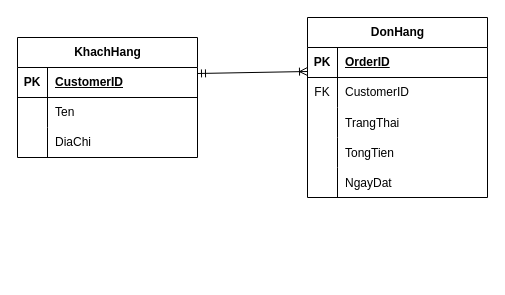
Earlier version of the draw.io diagram Session09/Bai03.drawio (letoan0902/PTIT_CNTT1_IT104_LePhuToan_PhanTichVaThietKeHeThong). Source tidied: cells renumbered, new cells numbered last; positions are measured from the earlier drawing's top-left corner, leaving out a move shared by most shapes. Both pictures are drawn from the tidied source at 100%, with x=0, y=0 at pixel (17, 17).
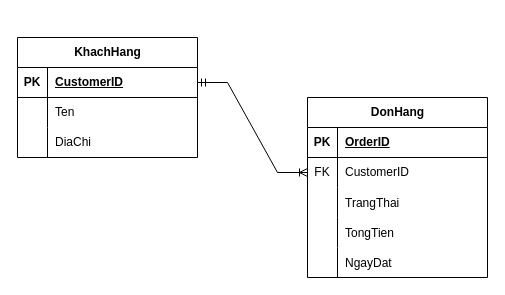
Above is the later version.

The change refers to these unchanged cells:
```xml
<mxCell id="2" value="KhachHang" style="shape=table;startSize=30;childLayout=tableLayout;rowLines=0;fontStyle=1;align=center;html=1;" parent="1" vertex="1">
  <mxGeometry y="20" width="180" height="120" as="geometry" />
</mxCell>
<mxCell id="3" style="shape=tableRow;horizontal=0;startSize=0;swimlaneHead=0;swimlaneBody=0;fillColor=none;points=[[0,0.5],[1,0.5]];portConstraint=eastwest;top=0;left=0;right=0;bottom=1;" parent="2" vertex="1">
  <mxGeometry y="30" width="180" height="30" as="geometry" />
</mxCell>
<mxCell id="16" style="shape=tableRow;horizontal=0;startSize=0;swimlaneHead=0;swimlaneBody=0;fillColor=none;points=[[0,0.5],[1,0.5]];portConstraint=eastwest;top=0;left=0;right=0;bottom=0;" parent="12" vertex="1">
  <mxGeometry y="60" width="180" height="30" as="geometry" />
</mxCell>
```

Diff of the diagram source:
```diff
@@
     <mxCell id="12" value="DonHang" style="shape=table;startSize=30;childLayout=tableLayout;rowLines=0;fontStyle=1;align=center;html=1;" parent="1" vertex="1">
-      <mxGeometry x="290" width="180" height="180" as="geometry" />
+      <mxGeometry x="290" y="80" width="180" height="180" as="geometry" />
     </mxCell>
@@
-    <mxCell id="28" style="fontSize=12;html=1;endArrow=ERoneToMany;startArrow=ERmandOne;rounded=0;exitX=1;exitY=0.3;exitDx=0;exitDy=0;entryX=0;entryY=0.3;entryDx=0;entryDy=0;" parent="1" edge="1" source="2" target="12">
-      <mxGeometry relative="1" as="geometry" />
-    </mxCell>
+    <mxCell id="29" style="edgeStyle=entityRelationEdgeStyle;fontSize=12;html=1;endArrow=ERoneToMany;startArrow=ERmandOne;rounded=0;exitX=1;exitY=0.5;exitDx=0;exitDy=0;" parent="1" edge="1" source="3" target="16">
+      <mxGeometry relative="1" as="geometry" />
+    </mxCell>
```
